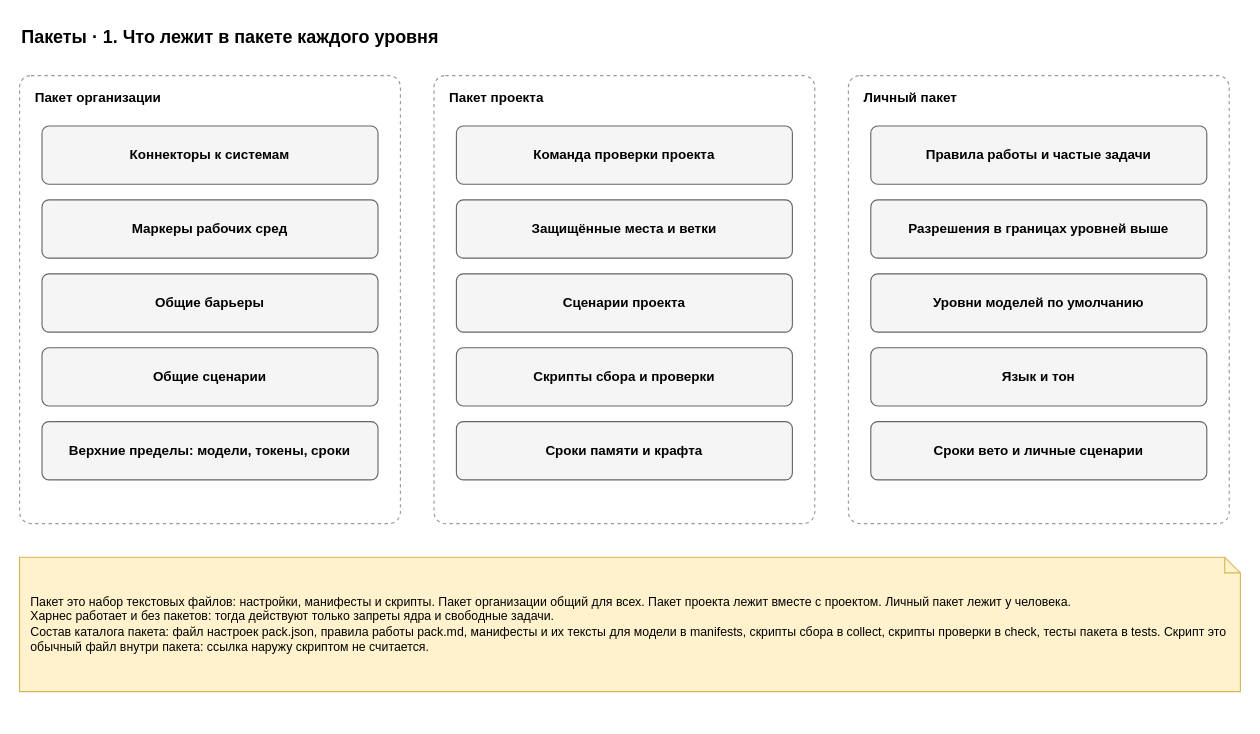
Above: page "1. Состав" (1 of 5) of docs/spec/harness-packs.drawio in roygkov/reins (draw.io), before the change. Source tidied: cells renumbered, new cells numbered last; positions are measured from the earlier drawing's top-left corner, leaving out a move shared by most shapes. Both pictures are drawn from the tidied source at 112%, with x=0, y=0 at pixel (19, 19).
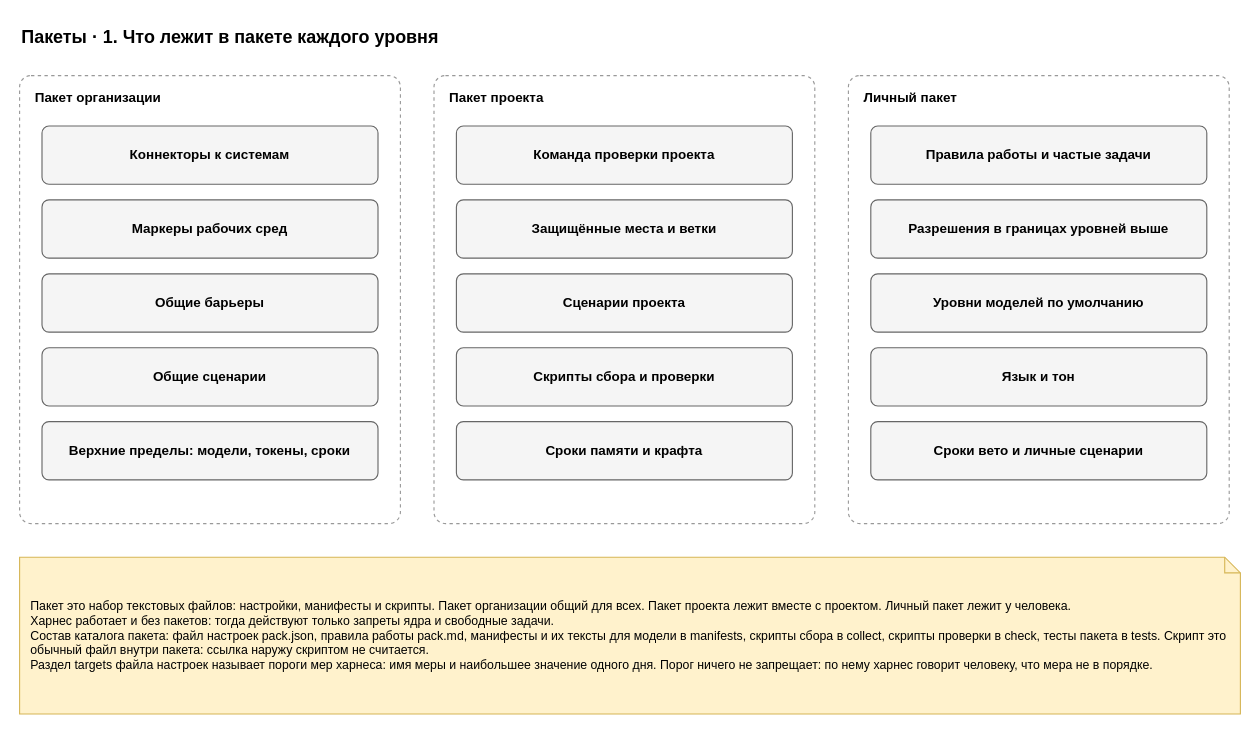
After the change.

Diff of the diagram source:
```diff
@@
-    <mxCell id="21" value="Пакет это набор текстовых файлов: настройки, манифесты и скрипты. Пакет организации общий для всех. Пакет проекта лежит вместе с проектом. Личный пакет лежит у человека.&lt;br&gt;Харнес работает и без пакетов: тогда действуют только запреты ядра и свободные задачи.&lt;br&gt;Состав каталога пакета: файл настроек pack.json, правила работы pack.md, манифесты и их тексты для модели в manifests, скрипты сбора в collect, скрипты проверки в check, тесты пакета в tests. Скрипт это обычный файл внутри пакета: ссылка наружу скриптом не считается." style="shape=note;whiteSpace=wrap;html=1;backgroundOutline=1;size=14;fillColor=#fff2cc;strokeColor=#d6b656;align=left;spacingLeft=8;spacingRight=8;fontSize=11;" parent="1" vertex="1">
-      <mxGeometry y="480" width="1090" height="120" as="geometry" />
+    <mxCell id="21" value="Пакет это набор текстовых файлов: настройки, манифесты и скрипты. Пакет организации общий для всех. Пакет проекта лежит вместе с проектом. Личный пакет лежит у человека.&lt;br&gt;Харнес работает и без пакетов: тогда действуют только запреты ядра и свободные задачи.&lt;br&gt;Состав каталога пакета: файл настроек pack.json, правила работы pack.md, манифесты и их тексты для модели в manifests, скрипты сбора в collect, скрипты проверки в check, тесты пакета в tests. Скрипт это обычный файл внутри пакета: ссылка наружу скриптом не считается.&lt;br&gt;Раздел targets файла настроек называет пороги мер харнеса: имя меры и наибольшее значение одного дня. Порог ничего не запрещает: по нему харнес говорит человеку, что мера не в порядке." style="shape=note;whiteSpace=wrap;html=1;backgroundOutline=1;size=14;fillColor=#fff2cc;strokeColor=#d6b656;align=left;spacingLeft=8;spacingRight=8;fontSize=11;" parent="1" vertex="1">
+      <mxGeometry y="480" width="1090" height="140" as="geometry" />
     </mxCell>
```
